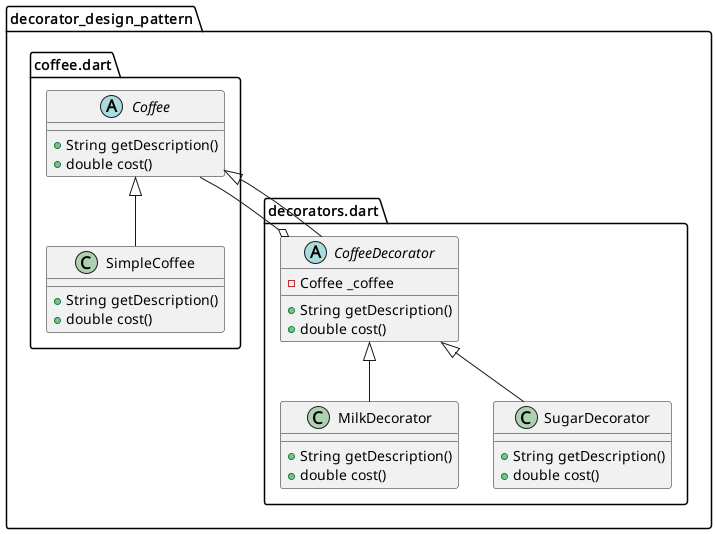
Above: design_patterns_explained_(with_code)/_10_decorator_design_pattern_explained/diagram.png in FedericoCalabro/Medium (PlantUML), before the change.
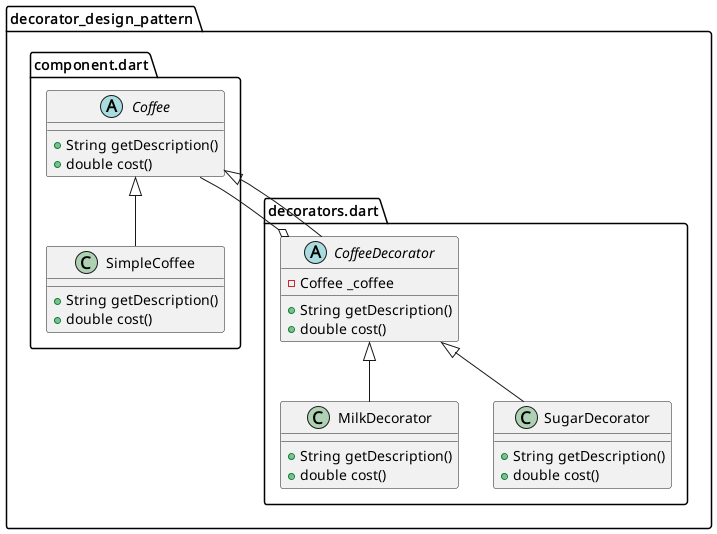
After the commit.

The edit, as a diff of the source:
```diff
@@ -1,17 +1,17 @@
 @startuml
 set namespaceSeparator ::
 
-abstract class "decorator_design_pattern::coffee.dart::Coffee" {
+abstract class "decorator_design_pattern::component.dart::Coffee" {
   +String getDescription()
   +double cost()
 }
 
-class "decorator_design_pattern::coffee.dart::SimpleCoffee" {
+class "decorator_design_pattern::component.dart::SimpleCoffee" {
   +String getDescription()
   +double cost()
 }
 
-"decorator_design_pattern::coffee.dart::Coffee" <|-- "decorator_design_pattern::coffee.dart::SimpleCoffee"
+"decorator_design_pattern::component.dart::Coffee" <|-- "decorator_design_pattern::component.dart::SimpleCoffee"
 
 abstract class "decorator_design_pattern::decorators.dart::CoffeeDecorator" {
   -Coffee _coffee
@@ -19,8 +19,8 @@
   +double cost()
 }
 
-"decorator_design_pattern::decorators.dart::CoffeeDecorator" o-- "decorator_design_pattern::coffee.dart::Coffee"
-"decorator_design_pattern::coffee.dart::Coffee" <|-- "decorator_design_pattern::decorators.dart::CoffeeDecorator"
+"decorator_design_pattern::decorators.dart::CoffeeDecorator" o-- "decorator_design_pattern::component.dart::Coffee"
+"decorator_design_pattern::component.dart::Coffee" <|-- "decorator_design_pattern::decorators.dart::CoffeeDecorator"
 
 class "decorator_design_pattern::decorators.dart::MilkDecorator" {
   +String getDescription()
```
